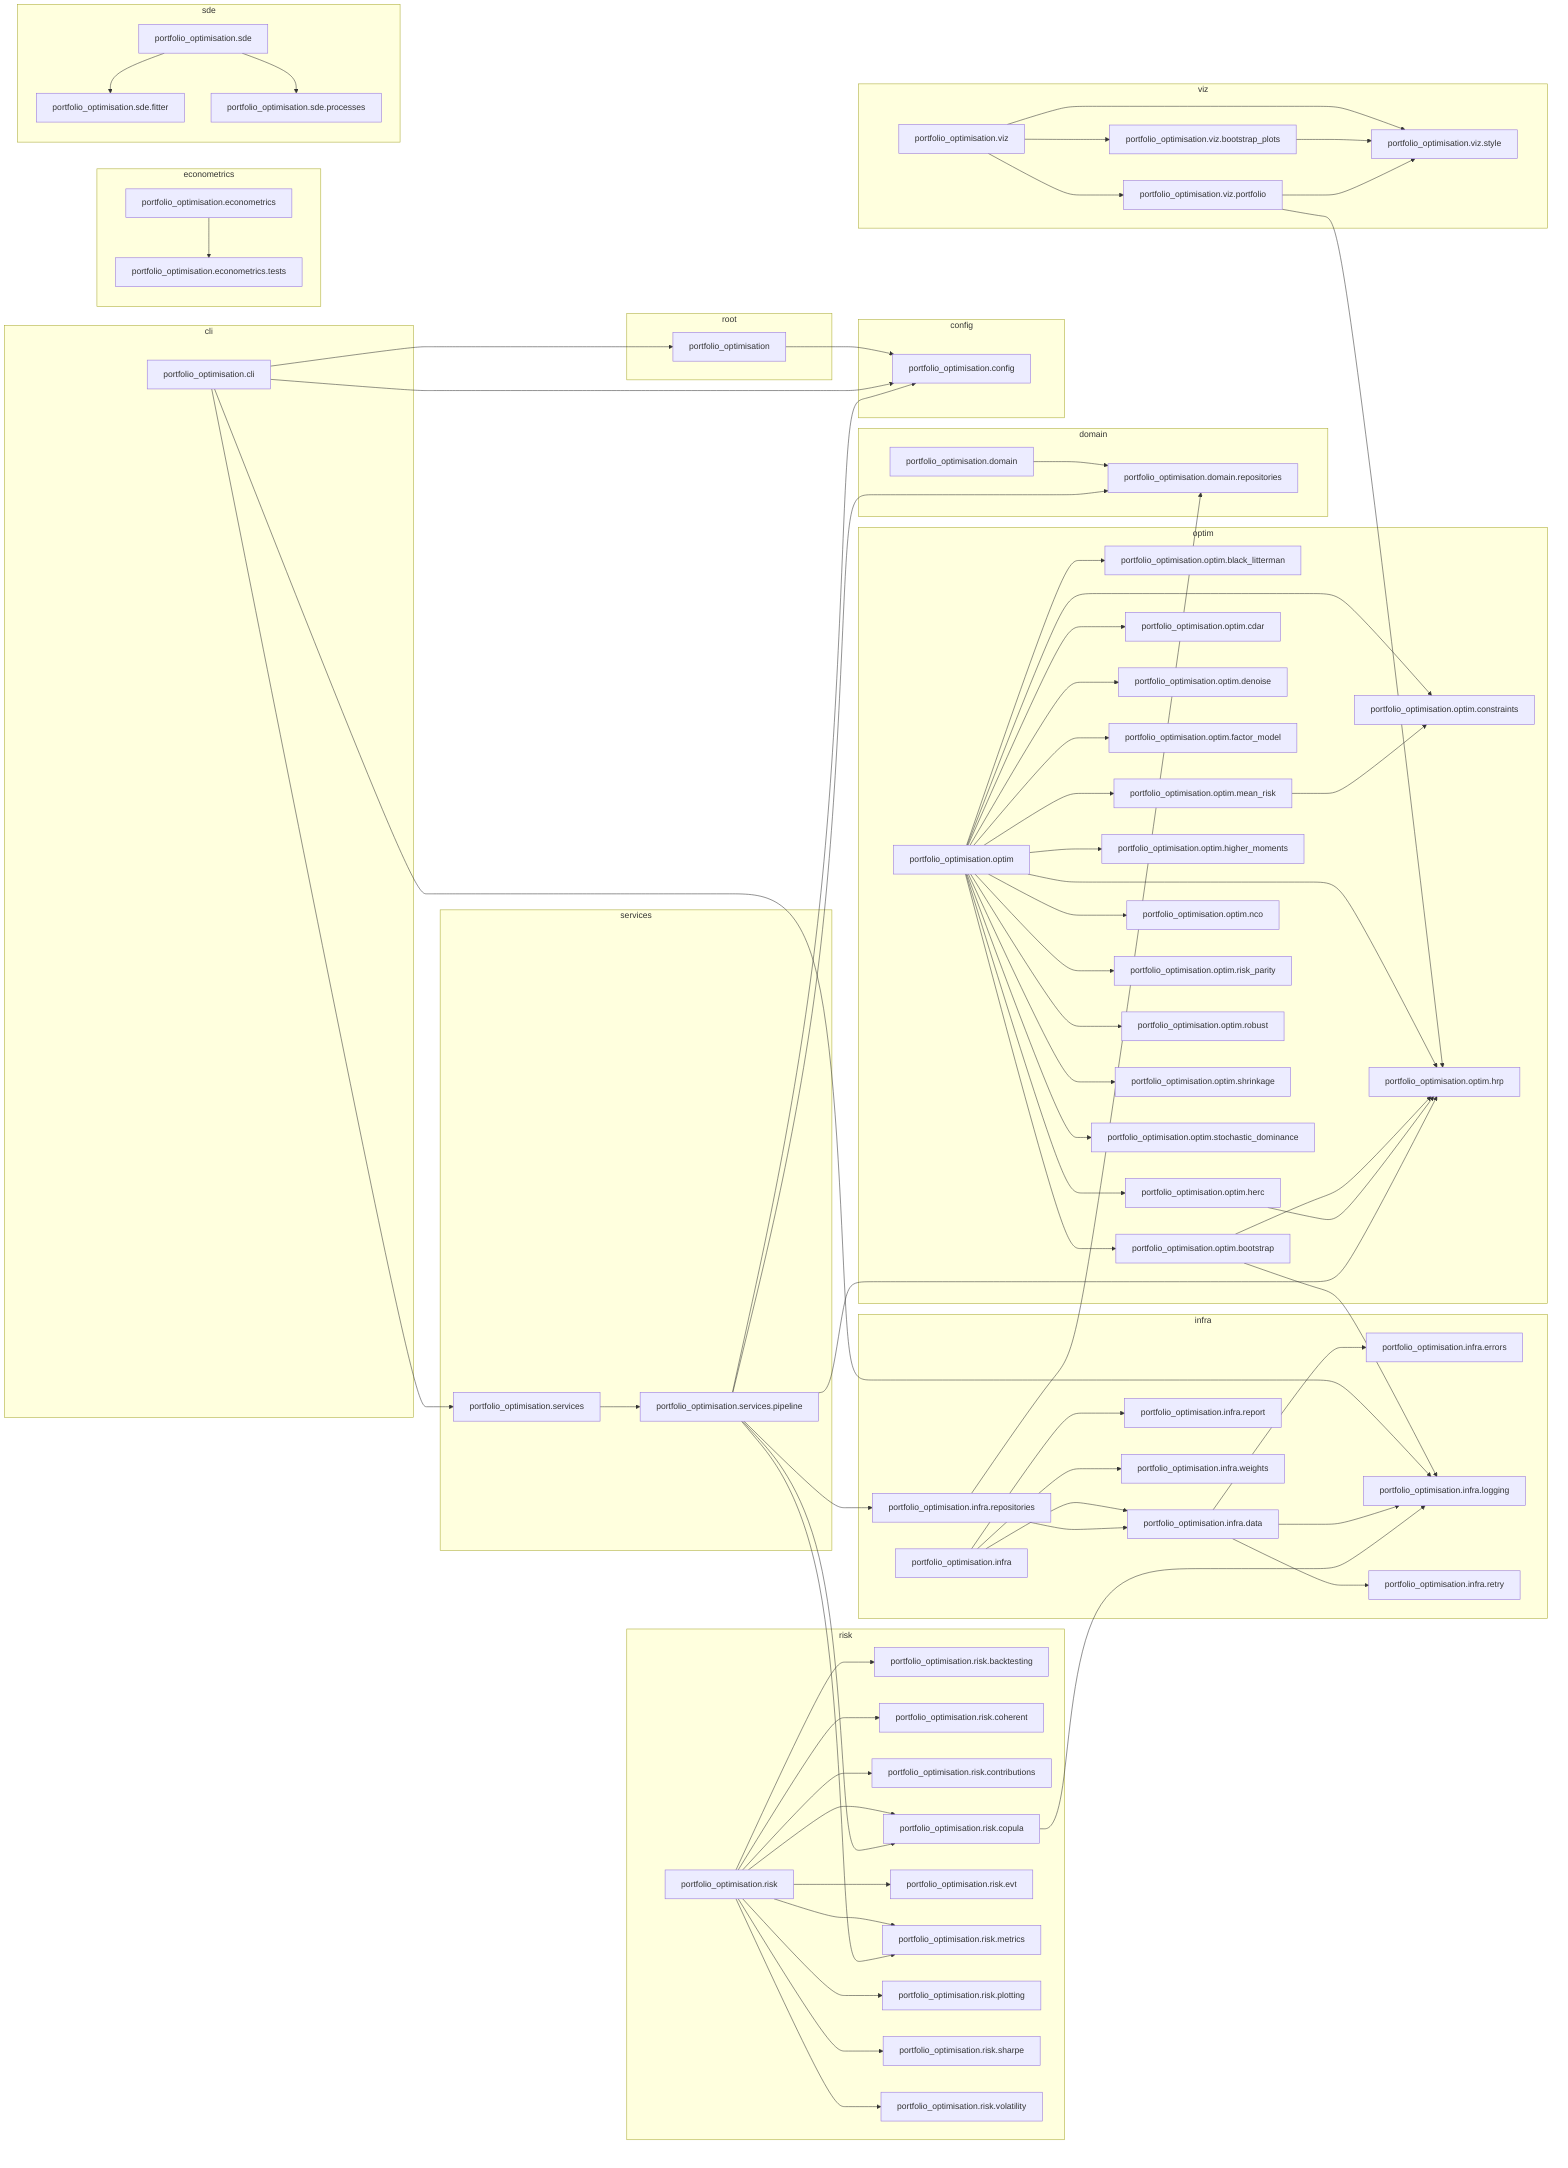
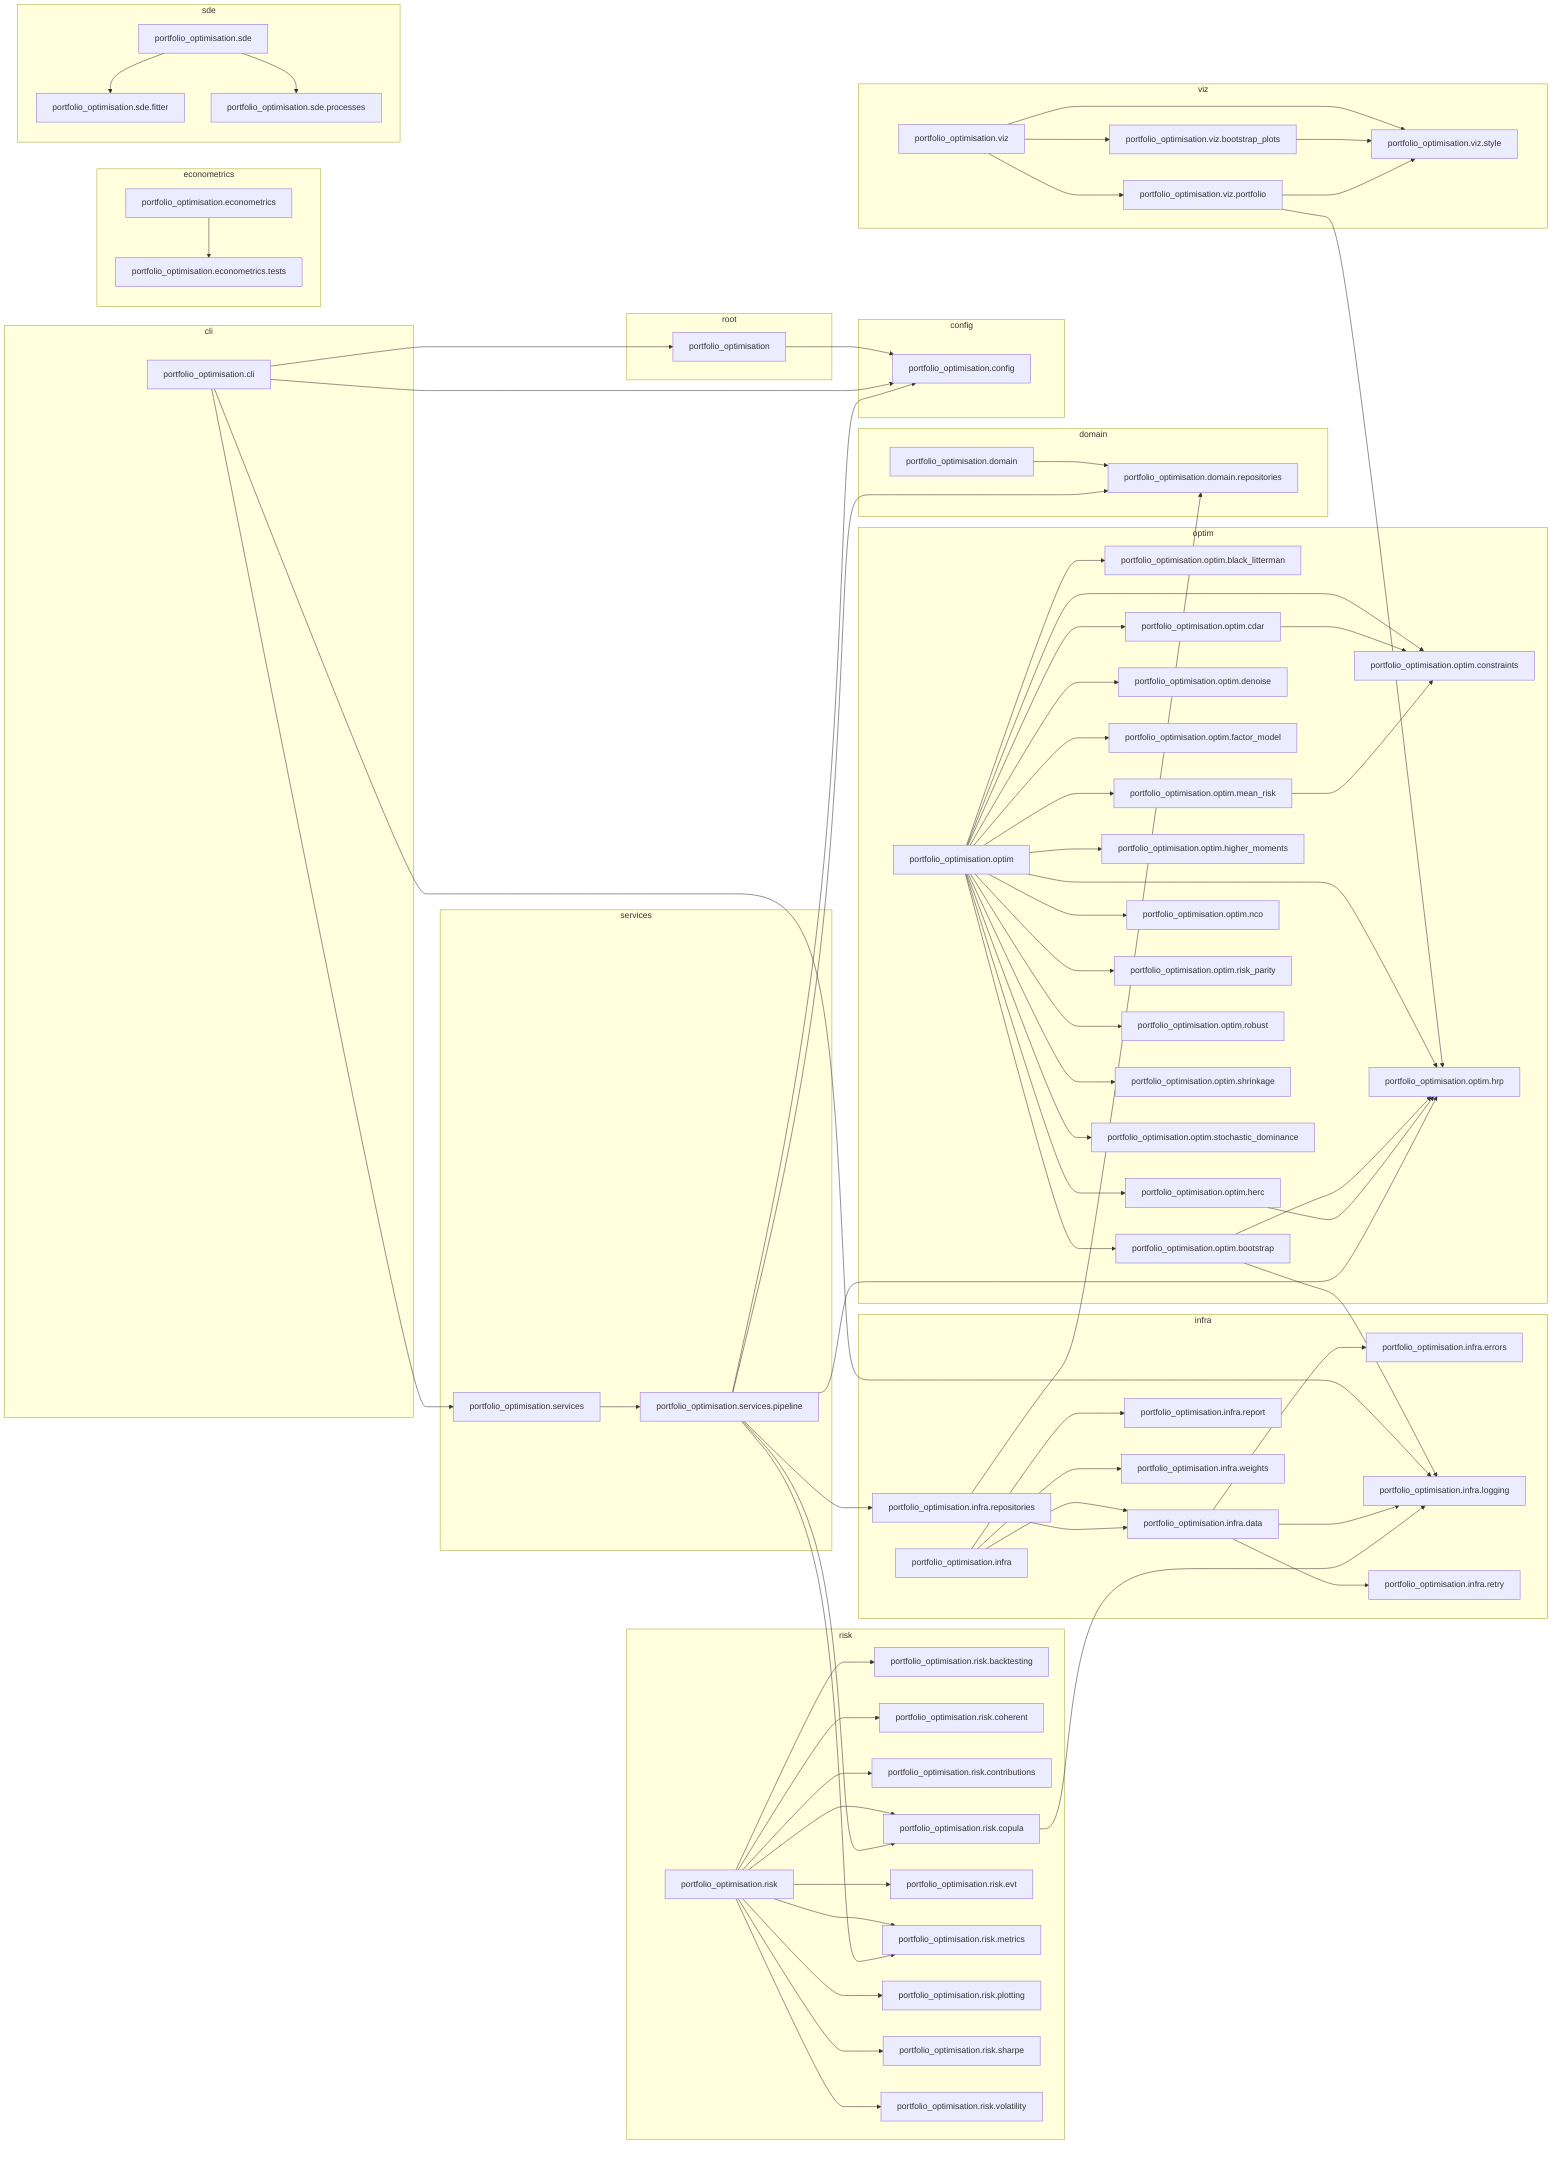
flowchart LR
    subgraph cli
        portfolio_optimisation_cli["portfolio_optimisation.cli"]
    end
    subgraph config
        portfolio_optimisation_config["portfolio_optimisation.config"]
    end
    subgraph domain
        portfolio_optimisation_domain["portfolio_optimisation.domain"]
        portfolio_optimisation_domain_repositories["portfolio_optimisation.domain.repositories"]
    end
    subgraph econometrics
        portfolio_optimisation_econometrics["portfolio_optimisation.econometrics"]
        portfolio_optimisation_econometrics_tests["portfolio_optimisation.econometrics.tests"]
    end
    subgraph infra
        portfolio_optimisation_infra["portfolio_optimisation.infra"]
        portfolio_optimisation_infra_data["portfolio_optimisation.infra.data"]
        portfolio_optimisation_infra_errors["portfolio_optimisation.infra.errors"]
        portfolio_optimisation_infra_logging["portfolio_optimisation.infra.logging"]
        portfolio_optimisation_infra_report["portfolio_optimisation.infra.report"]
        portfolio_optimisation_infra_repositories["portfolio_optimisation.infra.repositories"]
        portfolio_optimisation_infra_retry["portfolio_optimisation.infra.retry"]
        portfolio_optimisation_infra_weights["portfolio_optimisation.infra.weights"]
    end
    subgraph optim
        portfolio_optimisation_optim["portfolio_optimisation.optim"]
        portfolio_optimisation_optim_black_litterman["portfolio_optimisation.optim.black_litterman"]
        portfolio_optimisation_optim_bootstrap["portfolio_optimisation.optim.bootstrap"]
        portfolio_optimisation_optim_cdar["portfolio_optimisation.optim.cdar"]
        portfolio_optimisation_optim_constraints["portfolio_optimisation.optim.constraints"]
        portfolio_optimisation_optim_denoise["portfolio_optimisation.optim.denoise"]
        portfolio_optimisation_optim_factor_model["portfolio_optimisation.optim.factor_model"]
        portfolio_optimisation_optim_herc["portfolio_optimisation.optim.herc"]
        portfolio_optimisation_optim_higher_moments["portfolio_optimisation.optim.higher_moments"]
        portfolio_optimisation_optim_hrp["portfolio_optimisation.optim.hrp"]
        portfolio_optimisation_optim_mean_risk["portfolio_optimisation.optim.mean_risk"]
        portfolio_optimisation_optim_nco["portfolio_optimisation.optim.nco"]
        portfolio_optimisation_optim_risk_parity["portfolio_optimisation.optim.risk_parity"]
        portfolio_optimisation_optim_robust["portfolio_optimisation.optim.robust"]
        portfolio_optimisation_optim_shrinkage["portfolio_optimisation.optim.shrinkage"]
        portfolio_optimisation_optim_stochastic_dominance["portfolio_optimisation.optim.stochastic_dominance"]
    end
    subgraph risk
        portfolio_optimisation_risk["portfolio_optimisation.risk"]
        portfolio_optimisation_risk_backtesting["portfolio_optimisation.risk.backtesting"]
        portfolio_optimisation_risk_coherent["portfolio_optimisation.risk.coherent"]
        portfolio_optimisation_risk_contributions["portfolio_optimisation.risk.contributions"]
        portfolio_optimisation_risk_copula["portfolio_optimisation.risk.copula"]
        portfolio_optimisation_risk_evt["portfolio_optimisation.risk.evt"]
        portfolio_optimisation_risk_metrics["portfolio_optimisation.risk.metrics"]
        portfolio_optimisation_risk_plotting["portfolio_optimisation.risk.plotting"]
        portfolio_optimisation_risk_sharpe["portfolio_optimisation.risk.sharpe"]
        portfolio_optimisation_risk_volatility["portfolio_optimisation.risk.volatility"]
    end
    subgraph root
        portfolio_optimisation["portfolio_optimisation"]
    end
    subgraph sde
        portfolio_optimisation_sde["portfolio_optimisation.sde"]
        portfolio_optimisation_sde_fitter["portfolio_optimisation.sde.fitter"]
        portfolio_optimisation_sde_processes["portfolio_optimisation.sde.processes"]
    end
    subgraph services
        portfolio_optimisation_services["portfolio_optimisation.services"]
        portfolio_optimisation_services_pipeline["portfolio_optimisation.services.pipeline"]
    end
    subgraph viz
        portfolio_optimisation_viz["portfolio_optimisation.viz"]
        portfolio_optimisation_viz_bootstrap_plots["portfolio_optimisation.viz.bootstrap_plots"]
        portfolio_optimisation_viz_portfolio["portfolio_optimisation.viz.portfolio"]
        portfolio_optimisation_viz_style["portfolio_optimisation.viz.style"]
    end
    portfolio_optimisation --> portfolio_optimisation_config
    portfolio_optimisation_cli --> portfolio_optimisation
    portfolio_optimisation_cli --> portfolio_optimisation_config
    portfolio_optimisation_cli --> portfolio_optimisation_infra_logging
    portfolio_optimisation_cli --> portfolio_optimisation_services
    portfolio_optimisation_domain --> portfolio_optimisation_domain_repositories
    portfolio_optimisation_econometrics --> portfolio_optimisation_econometrics_tests
    portfolio_optimisation_infra --> portfolio_optimisation_infra_data
    portfolio_optimisation_infra --> portfolio_optimisation_infra_report
    portfolio_optimisation_infra --> portfolio_optimisation_infra_weights
    portfolio_optimisation_infra_data --> portfolio_optimisation_infra_errors
    portfolio_optimisation_infra_data --> portfolio_optimisation_infra_logging
    portfolio_optimisation_infra_data --> portfolio_optimisation_infra_retry
    portfolio_optimisation_infra_repositories --> portfolio_optimisation_domain_repositories
    portfolio_optimisation_infra_repositories --> portfolio_optimisation_infra_data
    portfolio_optimisation_optim --> portfolio_optimisation_optim_black_litterman
    portfolio_optimisation_optim --> portfolio_optimisation_optim_bootstrap
    portfolio_optimisation_optim --> portfolio_optimisation_optim_cdar
    portfolio_optimisation_optim --> portfolio_optimisation_optim_constraints
    portfolio_optimisation_optim --> portfolio_optimisation_optim_denoise
    portfolio_optimisation_optim --> portfolio_optimisation_optim_factor_model
    portfolio_optimisation_optim --> portfolio_optimisation_optim_herc
    portfolio_optimisation_optim --> portfolio_optimisation_optim_higher_moments
    portfolio_optimisation_optim --> portfolio_optimisation_optim_hrp
    portfolio_optimisation_optim --> portfolio_optimisation_optim_mean_risk
    portfolio_optimisation_optim --> portfolio_optimisation_optim_nco
    portfolio_optimisation_optim --> portfolio_optimisation_optim_risk_parity
    portfolio_optimisation_optim --> portfolio_optimisation_optim_robust
    portfolio_optimisation_optim --> portfolio_optimisation_optim_shrinkage
    portfolio_optimisation_optim --> portfolio_optimisation_optim_stochastic_dominance
    portfolio_optimisation_optim_bootstrap --> portfolio_optimisation_infra_logging
    portfolio_optimisation_optim_bootstrap --> portfolio_optimisation_optim_hrp
+     portfolio_optimisation_optim_cdar --> portfolio_optimisation_optim_constraints
    portfolio_optimisation_optim_herc --> portfolio_optimisation_optim_hrp
    portfolio_optimisation_optim_mean_risk --> portfolio_optimisation_optim_constraints
    portfolio_optimisation_risk --> portfolio_optimisation_risk_backtesting
    portfolio_optimisation_risk --> portfolio_optimisation_risk_coherent
    portfolio_optimisation_risk --> portfolio_optimisation_risk_contributions
    portfolio_optimisation_risk --> portfolio_optimisation_risk_copula
    portfolio_optimisation_risk --> portfolio_optimisation_risk_evt
    portfolio_optimisation_risk --> portfolio_optimisation_risk_metrics
    portfolio_optimisation_risk --> portfolio_optimisation_risk_plotting
    portfolio_optimisation_risk --> portfolio_optimisation_risk_sharpe
    portfolio_optimisation_risk --> portfolio_optimisation_risk_volatility
    portfolio_optimisation_risk_copula --> portfolio_optimisation_infra_logging
    portfolio_optimisation_sde --> portfolio_optimisation_sde_fitter
    portfolio_optimisation_sde --> portfolio_optimisation_sde_processes
    portfolio_optimisation_services --> portfolio_optimisation_services_pipeline
    portfolio_optimisation_services_pipeline --> portfolio_optimisation_config
    portfolio_optimisation_services_pipeline --> portfolio_optimisation_domain_repositories
    portfolio_optimisation_services_pipeline --> portfolio_optimisation_infra_repositories
    portfolio_optimisation_services_pipeline --> portfolio_optimisation_optim_hrp
    portfolio_optimisation_services_pipeline --> portfolio_optimisation_risk_copula
    portfolio_optimisation_services_pipeline --> portfolio_optimisation_risk_metrics
    portfolio_optimisation_viz --> portfolio_optimisation_viz_bootstrap_plots
    portfolio_optimisation_viz --> portfolio_optimisation_viz_portfolio
    portfolio_optimisation_viz --> portfolio_optimisation_viz_style
    portfolio_optimisation_viz_bootstrap_plots --> portfolio_optimisation_viz_style
    portfolio_optimisation_viz_portfolio --> portfolio_optimisation_optim_hrp
    portfolio_optimisation_viz_portfolio --> portfolio_optimisation_viz_style
